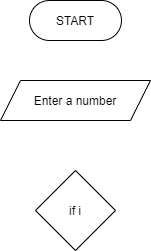
This is factinrecursion.png from VishalSahu/Flowcharts, a draw.io export, as it was before one commit. Source tidied: cells renumbered, new cells last; positions are measured from the earlier drawing's top-left corner, leaving out a move shared by most shapes. Source of this version:
```xml
<mxGraphModel>
  <root>
    <mxCell id="0" />
    <mxCell id="1" parent="0" />
    <mxCell id="2" value="START" style="rounded=1;whiteSpace=wrap;html=1;arcSize=50;" parent="1" vertex="1">
      <mxGeometry x="29" width="92" height="40" as="geometry" />
    </mxCell>
    <mxCell id="3" value="Enter a number" style="shape=parallelogram;perimeter=parallelogramPerimeter;whiteSpace=wrap;html=1;fixedSize=1;" parent="1" vertex="1">
      <mxGeometry y="80" width="150" height="40" as="geometry" />
    </mxCell>
    <mxCell id="4" value="if i" style="rhombus;whiteSpace=wrap;html=1;" parent="1" vertex="1">
      <mxGeometry x="35" y="170" width="80" height="80" as="geometry" />
    </mxCell>
  </root>
</mxGraphModel>
```
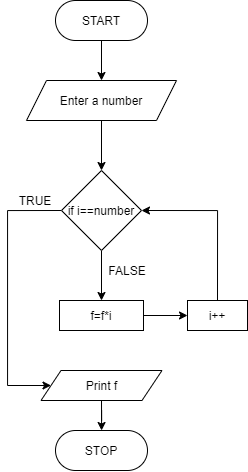
After the change.

The edit, as a diff of the source:
```diff
@@ -2,14 +2,58 @@
   <root>
     <mxCell id="0" />
     <mxCell id="1" parent="0" />
-    <mxCell id="2" value="START" style="rounded=1;whiteSpace=wrap;html=1;arcSize=50;" parent="1" vertex="1">
-      <mxGeometry x="29" width="92" height="40" as="geometry" />
+    <mxCell id="2" value="STOP" style="rounded=1;whiteSpace=wrap;html=1;arcSize=50;" parent="1" vertex="1">
+      <mxGeometry x="29" y="430" width="92" height="40" as="geometry" />
     </mxCell>
+    <mxCell id="5" style="edgeStyle=orthogonalEdgeStyle;rounded=0;jettySize=auto;html=1;exitX=0.5;exitY=1;exitDx=0;exitDy=0;" parent="1" edge="1" source="3" target="2">
+      <mxGeometry relative="1" as="geometry" />
+    </mxCell>
-    <mxCell id="3" value="Enter a number" style="shape=parallelogram;perimeter=parallelogramPerimeter;whiteSpace=wrap;html=1;fixedSize=1;" parent="1" vertex="1">
-      <mxGeometry y="80" width="150" height="40" as="geometry" />
+    <mxCell id="3" value="Print f" style="shape=parallelogram;perimeter=parallelogramPerimeter;whiteSpace=wrap;html=1;fixedSize=1;" parent="1" vertex="1">
+      <mxGeometry x="14.5" y="370" width="121" height="30" as="geometry" />
     </mxCell>
+    <mxCell id="6" style="edgeStyle=orthogonalEdgeStyle;rounded=0;jettySize=auto;html=1;exitX=0.5;exitY=1;exitDx=0;exitDy=0;entryX=0.5;entryY=0;entryDx=0;entryDy=0;" parent="1" edge="1" source="4" target="9">
+      <mxGeometry relative="1" as="geometry" />
+    </mxCell>
+    <mxCell id="7" style="edgeStyle=orthogonalEdgeStyle;rounded=0;jettySize=auto;html=1;exitX=0;exitY=0.5;exitDx=0;exitDy=0;entryX=0;entryY=0.5;entryDx=0;entryDy=0;" parent="1" edge="1" source="4" target="3">
+      <mxGeometry relative="1" as="geometry">
+        <Array as="points">
+          <mxPoint x="-19" y="210" />
+          <mxPoint x="-19" y="385" />
+        </Array>
+      </mxGeometry>
+    </mxCell>
-    <mxCell id="4" value="if i" style="rhombus;whiteSpace=wrap;html=1;" parent="1" vertex="1">
+    <mxCell id="4" value="if i==number" style="rhombus;whiteSpace=wrap;html=1;" parent="1" vertex="1">
       <mxGeometry x="35" y="170" width="80" height="80" as="geometry" />
     </mxCell>
+    <mxCell id="8" style="edgeStyle=orthogonalEdgeStyle;rounded=0;jettySize=auto;html=1;exitX=1;exitY=0.5;exitDx=0;exitDy=0;entryX=0;entryY=0.5;entryDx=0;entryDy=0;" parent="1" edge="1" source="9" target="11">
+      <mxGeometry relative="1" as="geometry" />
+    </mxCell>
+    <mxCell id="9" value="f=f*i" style="rounded=0;whiteSpace=wrap;html=1;" parent="1" vertex="1">
+      <mxGeometry x="33" y="300" width="84" height="30" as="geometry" />
+    </mxCell>
+    <mxCell id="10" style="edgeStyle=orthogonalEdgeStyle;rounded=0;jettySize=auto;html=1;exitX=0.5;exitY=0;exitDx=0;exitDy=0;entryX=1;entryY=0.5;entryDx=0;entryDy=0;" parent="1" edge="1" source="11" target="4">
+      <mxGeometry relative="1" as="geometry" />
+    </mxCell>
+    <mxCell id="11" value="i++" style="rounded=0;whiteSpace=wrap;html=1;" parent="1" vertex="1">
+      <mxGeometry x="161" y="300" width="60" height="30" as="geometry" />
+    </mxCell>
+    <mxCell id="12" style="edgeStyle=orthogonalEdgeStyle;rounded=0;jettySize=auto;html=1;exitX=0.5;exitY=1;exitDx=0;exitDy=0;entryX=0.5;entryY=0;entryDx=0;entryDy=0;" parent="1" edge="1" source="13" target="4">
+      <mxGeometry relative="1" as="geometry" />
+    </mxCell>
+    <mxCell id="13" value="Enter a number" style="shape=parallelogram;perimeter=parallelogramPerimeter;whiteSpace=wrap;html=1;fixedSize=1;" parent="1" vertex="1">
+      <mxGeometry y="80" width="150" height="40" as="geometry" />
+    </mxCell>
+    <mxCell id="14" style="edgeStyle=orthogonalEdgeStyle;rounded=0;jettySize=auto;html=1;exitX=0.5;exitY=1;exitDx=0;exitDy=0;entryX=0.5;entryY=0;entryDx=0;entryDy=0;" parent="1" edge="1" source="15" target="13">
+      <mxGeometry relative="1" as="geometry" />
+    </mxCell>
+    <mxCell id="15" value="START" style="rounded=1;whiteSpace=wrap;html=1;arcSize=50;" parent="1" vertex="1">
+      <mxGeometry x="29" width="92" height="40" as="geometry" />
+    </mxCell>
+    <mxCell id="16" value="TRUE" style="text;html=1;strokeColor=none;fillColor=none;align=center;verticalAlign=middle;whiteSpace=wrap;rounded=0;" parent="1" vertex="1">
+      <mxGeometry x="-11" y="190" width="40" height="20" as="geometry" />
+    </mxCell>
+    <mxCell id="17" value="FALSE" style="text;html=1;strokeColor=none;fillColor=none;align=center;verticalAlign=middle;whiteSpace=wrap;rounded=0;" parent="1" vertex="1">
+      <mxGeometry x="81" y="260" width="40" height="20" as="geometry" />
+    </mxCell>
   </root>
 </mxGraphModel>
```
